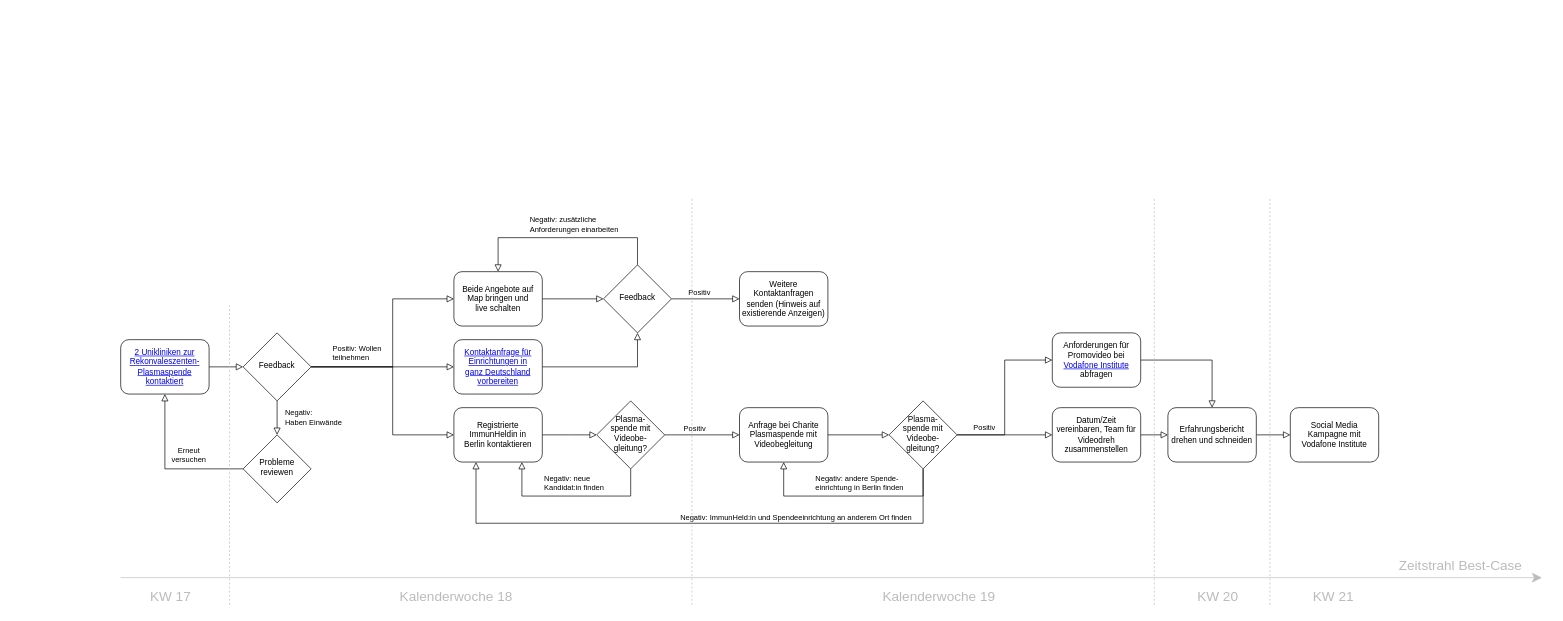
ImmunHelden/ImmunHelden.de keeps this draw.io diagram as material/flow-chart-strategy.drawio. Above is the earlier version. Source tidied: cells renumbered, new cells numbered last; positions are measured from the earlier drawing's top-left corner, leaving out a move shared by most shapes. Both pictures are drawn from the tidied source at 68%, with x=0, y=0 at pixel (12, 197).
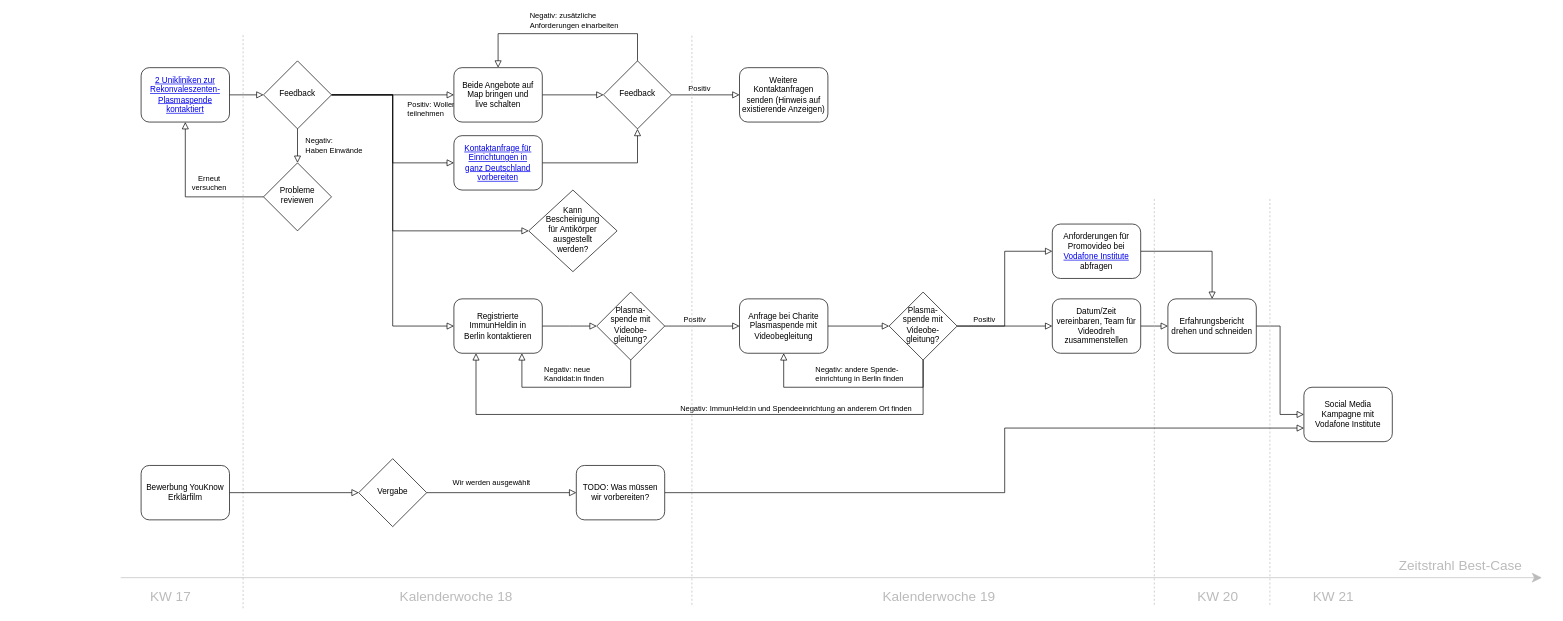
The same diagram, later.

Diff of the diagram source:
```diff
@@
     <mxCell id="3" value="&lt;a href=&quot;https://github.com/weliveindetail/ImmunHelden.de/issues/11&quot;&gt;2 Unikliniken zur Rekonvaleszenten-Plasmaspende kontaktiert&lt;/a&gt;" style="rounded=1;whiteSpace=wrap;html=1;fontSize=12;glass=0;strokeWidth=1;shadow=0;" parent="1" vertex="1">
-      <mxGeometry x="160" y="210" width="130" height="80" as="geometry" />
+      <mxGeometry x="190" y="-190" width="130" height="80" as="geometry" />
     </mxCell>
@@
     <mxCell id="5" value="&lt;div align=&quot;left&quot;&gt;Positiv: Wollen&lt;br&gt;teilnehmen&lt;/div&gt;" style="edgeStyle=orthogonalEdgeStyle;rounded=0;html=1;jettySize=auto;fontSize=11;endArrow=block;endFill=0;endSize=8;strokeWidth=1;shadow=0;labelBackgroundColor=none;align=left;" parent="1" edge="1" source="8" target="10">
-      <mxGeometry x="-0.71" y="20" relative="1" as="geometry" />
+      <mxGeometry x="-0.21" y="20" relative="1" as="geometry">
+        <Array as="points">
+          <mxPoint x="420" y="-150" />
+          <mxPoint x="560" y="-150" />
+          <mxPoint x="560" y="-50" />
+        </Array>
+      </mxGeometry>
     </mxCell>
     <mxCell id="6" style="edgeStyle=orthogonalEdgeStyle;rounded=0;jettySize=auto;html=1;endArrow=block;endFill=0;strokeWidth=1;entryX=0;entryY=0.5;entryDx=0;entryDy=0;endSize=8;" parent="1" edge="1" source="8" target="15">
       <mxGeometry relative="1" as="geometry">
         <Array as="points">
-          <mxPoint x="560" y="250" />
-          <mxPoint x="560" y="150" />
+          <mxPoint x="420" y="-150" />
         </Array>
       </mxGeometry>
     </mxCell>
     <mxCell id="7" style="edgeStyle=orthogonalEdgeStyle;rounded=0;jettySize=auto;html=1;entryX=0;entryY=0.5;entryDx=0;entryDy=0;endArrow=block;endFill=0;endSize=8;strokeWidth=1;" parent="1" edge="1" source="8" target="24">
       <mxGeometry relative="1" as="geometry">
         <Array as="points">
-          <mxPoint x="560" y="250" />
-          <mxPoint x="560" y="350" />
+          <mxPoint x="420" y="-150" />
+          <mxPoint x="560" y="-150" />
+          <mxPoint x="560" y="190" />
         </Array>
       </mxGeometry>
     </mxCell>
+    <mxCell id="55" style="edgeStyle=orthogonalEdgeStyle;rounded=0;jettySize=auto;html=1;entryX=0;entryY=0.5;entryDx=0;entryDy=0;endArrow=block;endFill=0;endSize=8;" parent="1" edge="1" source="8" target="62">
+      <mxGeometry relative="1" as="geometry">
+        <Array as="points">
+          <mxPoint x="560" y="-150" />
+          <mxPoint x="560" y="50" />
+        </Array>
+      </mxGeometry>
+    </mxCell>
     <mxCell id="8" value="Feedback" style="rhombus;whiteSpace=wrap;html=1;shadow=0;fontFamily=Helvetica;fontSize=12;align=center;strokeWidth=1;spacing=6;spacingTop=-4;" parent="1" vertex="1">
-      <mxGeometry x="340" y="200" width="100" height="100" as="geometry" />
+      <mxGeometry x="370" y="-200" width="100" height="100" as="geometry" />
     </mxCell>
@@
     <mxCell id="10" value="&lt;a href=&quot;https://www.blutspenden.de/blutspendedienste/&quot;&gt;Kontaktanfrage für Einrichtungen in&lt;br&gt;ganz Deutschland vorbereiten&lt;/a&gt;" style="rounded=1;whiteSpace=wrap;html=1;fontSize=12;glass=0;strokeWidth=1;shadow=0;" parent="1" vertex="1">
-      <mxGeometry x="650" y="210" width="130" height="80" as="geometry" />
+      <mxGeometry x="650" y="-90" width="130" height="80" as="geometry" />
     </mxCell>
@@
     <mxCell id="12" value="Probleme&lt;br&gt;reviewen" style="rhombus;whiteSpace=wrap;html=1;shadow=0;fontFamily=Helvetica;fontSize=12;align=center;strokeWidth=1;spacing=6;spacingTop=-4;" parent="1" vertex="1">
-      <mxGeometry x="340" y="350" width="100" height="100" as="geometry" />
+      <mxGeometry x="370" y="-50" width="100" height="100" as="geometry" />
     </mxCell>
     <mxCell id="13" value="Weitere Kontaktanfragen senden (Hinweis auf existierende Anzeigen)" style="rounded=1;whiteSpace=wrap;html=1;fontSize=12;glass=0;strokeWidth=1;shadow=0;" parent="1" vertex="1">
-      <mxGeometry x="1070" y="110" width="130" height="80" as="geometry" />
+      <mxGeometry x="1070" y="-190" width="130" height="80" as="geometry" />
     </mxCell>
@@
     <mxCell id="15" value="Beide Angebote auf Map bringen und&lt;br&gt;live schalten" style="rounded=1;whiteSpace=wrap;html=1;fontSize=12;glass=0;strokeWidth=1;shadow=0;" parent="1" vertex="1">
-      <mxGeometry x="650" y="110" width="130" height="80" as="geometry" />
+      <mxGeometry x="650" y="-190" width="130" height="80" as="geometry" />
     </mxCell>
     <mxCell id="16" style="edgeStyle=orthogonalEdgeStyle;rounded=0;jettySize=auto;html=1;endArrow=block;endFill=0;endSize=8;strokeWidth=1;entryX=0.5;entryY=0;entryDx=0;entryDy=0;" parent="1" edge="1" source="20" target="15">
       <mxGeometry relative="1" as="geometry">
         <Array as="points">
-          <mxPoint x="920" y="60" />
-          <mxPoint x="715" y="60" />
+          <mxPoint x="920" y="-240" />
+          <mxPoint x="715" y="-240" />
         </Array>
       </mxGeometry>
     </mxCell>
@@
     <mxCell id="20" value="Feedback" style="rhombus;whiteSpace=wrap;html=1;shadow=0;fontFamily=Helvetica;fontSize=12;align=center;strokeWidth=1;spacing=6;spacingTop=-4;" parent="1" vertex="1">
-      <mxGeometry x="870" y="100" width="100" height="100" as="geometry" />
+      <mxGeometry x="870" y="-200" width="100" height="100" as="geometry" />
     </mxCell>
@@
     <mxCell id="22" value="Anfrage bei Charite&lt;br&gt;Plasmaspende mit Videobegleitung" style="rounded=1;whiteSpace=wrap;html=1;fontSize=12;glass=0;strokeWidth=1;shadow=0;" parent="1" vertex="1">
-      <mxGeometry x="1070" y="310" width="130" height="80" as="geometry" />
+      <mxGeometry x="1070" y="150" width="130" height="80" as="geometry" />
     </mxCell>
     <mxCell id="23" style="edgeStyle=orthogonalEdgeStyle;rounded=0;jettySize=auto;html=1;endArrow=block;endFill=0;endSize=8;strokeWidth=1;" parent="1" edge="1" source="24">
       <mxGeometry relative="1" as="geometry">
-        <mxPoint x="860" y="350" as="targetPoint" />
+        <mxPoint x="860" y="190" as="targetPoint" />
       </mxGeometry>
     </mxCell>
     <mxCell id="24" value="Registrierte ImmunHeldin in&lt;br&gt;Berlin kontaktieren" style="rounded=1;whiteSpace=wrap;html=1;fontSize=12;glass=0;strokeWidth=1;shadow=0;" parent="1" vertex="1">
-      <mxGeometry x="650" y="310" width="130" height="80" as="geometry" />
+      <mxGeometry x="650" y="150" width="130" height="80" as="geometry" />
     </mxCell>
     <mxCell id="25" style="edgeStyle=orthogonalEdgeStyle;rounded=0;jettySize=auto;html=1;endArrow=block;endFill=0;endSize=8;strokeWidth=1;" parent="1" edge="1" source="29">
       <mxGeometry relative="1" as="geometry">
-        <mxPoint x="750" y="390" as="targetPoint" />
+        <mxPoint x="750" y="230" as="targetPoint" />
         <Array as="points">
-          <mxPoint x="910" y="440" />
-          <mxPoint x="750" y="440" />
-          <mxPoint x="750" y="390" />
+          <mxPoint x="910" y="280" />
+          <mxPoint x="750" y="280" />
+          <mxPoint x="750" y="230" />
         </Array>
       </mxGeometry>
     </mxCell>
@@
     <mxCell id="29" value="Plasma-&lt;br&gt;spende mit Videobe-gleitung?" style="rhombus;whiteSpace=wrap;html=1;shadow=0;fontFamily=Helvetica;fontSize=12;align=center;strokeWidth=1;spacing=6;spacingTop=-4;" parent="1" vertex="1">
-      <mxGeometry x="860" y="300" width="100" height="100" as="geometry" />
+      <mxGeometry x="860" y="140" width="100" height="100" as="geometry" />
     </mxCell>
     <mxCell id="30" style="edgeStyle=orthogonalEdgeStyle;rounded=0;jettySize=auto;html=1;entryX=0.5;entryY=1;entryDx=0;entryDy=0;endArrow=block;endFill=0;endSize=8;strokeWidth=1;" parent="1" edge="1" source="36" target="22">
       <mxGeometry relative="1" as="geometry">
         <Array as="points">
-          <mxPoint x="1340" y="440" />
-          <mxPoint x="1135" y="440" />
+          <mxPoint x="1340" y="280" />
+          <mxPoint x="1135" y="280" />
         </Array>
       </mxGeometry>
     </mxCell>
@@
     <mxCell id="32" style="edgeStyle=orthogonalEdgeStyle;rounded=0;jettySize=auto;html=1;entryX=0.25;entryY=1;entryDx=0;entryDy=0;endArrow=block;endFill=0;endSize=8;strokeWidth=1;" parent="1" edge="1" source="36" target="24">
       <mxGeometry relative="1" as="geometry">
         <Array as="points">
-          <mxPoint x="1340" y="480" />
-          <mxPoint x="683" y="480" />
+          <mxPoint x="1340" y="320" />
+          <mxPoint x="683" y="320" />
         </Array>
       </mxGeometry>
     </mxCell>
@@
     <mxCell id="36" value="Plasma-&lt;br&gt;spende mit Videobe-gleitung?" style="rhombus;whiteSpace=wrap;html=1;shadow=0;fontFamily=Helvetica;fontSize=12;align=center;strokeWidth=1;spacing=6;spacingTop=-4;" parent="1" vertex="1">
-      <mxGeometry x="1290" y="300" width="100" height="100" as="geometry" />
+      <mxGeometry x="1290" y="140" width="100" height="100" as="geometry" />
     </mxCell>
@@
     <mxCell id="38" value="Datum/Zeit vereinbaren, Team für Videodreh zusammenstellen" style="rounded=1;whiteSpace=wrap;html=1;fontSize=12;glass=0;strokeWidth=1;shadow=0;" parent="1" vertex="1">
-      <mxGeometry x="1530" y="310" width="130" height="80" as="geometry" />
+      <mxGeometry x="1530" y="150" width="130" height="80" as="geometry" />
     </mxCell>
@@
     <mxCell id="40" value="Erfahrungsbericht drehen und schneiden" style="rounded=1;whiteSpace=wrap;html=1;fontSize=12;glass=0;strokeWidth=1;shadow=0;" parent="1" vertex="1">
-      <mxGeometry x="1700" y="310" width="130" height="80" as="geometry" />
+      <mxGeometry x="1700" y="150" width="130" height="80" as="geometry" />
     </mxCell>
@@
     <mxCell id="42" value="&lt;div&gt;Anforderungen für Promovideo bei &lt;a href=&quot;https://twitter.com/vf_institute&quot;&gt;Vodafone Institute&lt;/a&gt;&lt;/div&gt;&lt;div&gt;abfragen&lt;br&gt;&lt;/div&gt;" style="rounded=1;whiteSpace=wrap;html=1;fontSize=12;glass=0;strokeWidth=1;shadow=0;" parent="1" vertex="1">
-      <mxGeometry x="1530" y="200" width="130" height="80" as="geometry" />
+      <mxGeometry x="1530" y="40" width="130" height="80" as="geometry" />
     </mxCell>
     <mxCell id="43" value="Social Media Kampagne mit Vodafone Institute" style="rounded=1;whiteSpace=wrap;html=1;fontSize=12;glass=0;strokeWidth=1;shadow=0;" parent="1" vertex="1">
-      <mxGeometry x="1880" y="310" width="130" height="80" as="geometry" />
+      <mxGeometry x="1900" y="280" width="130" height="80" as="geometry" />
     </mxCell>
@@
     <mxCell id="46" style="endArrow=none;html=1;strokeColor=#BBB;strokeWidth=1;fontColor=#BBB;dashed=1;" parent="1" edge="1">
       <mxGeometry relative="1" as="geometry">
-        <mxPoint x="320" y="600" as="sourcePoint" />
-        <mxPoint x="320" y="160" as="targetPoint" />
+        <mxPoint x="340" y="605" as="sourcePoint" />
+        <mxPoint x="340" y="-240" as="targetPoint" />
       </mxGeometry>
     </mxCell>
     <mxCell id="47" style="endArrow=none;html=1;strokeColor=#BBB;strokeWidth=1;fontColor=#BBB;dashed=1;" parent="1" edge="1">
       <mxGeometry relative="1" as="geometry">
         <mxPoint x="1000" y="600" as="sourcePoint" />
-        <mxPoint x="1000" as="targetPoint" />
+        <mxPoint x="1000" y="-240" as="targetPoint" />
       </mxGeometry>
     </mxCell>
@@
+    <mxCell id="56" style="edgeStyle=orthogonalEdgeStyle;rounded=0;jettySize=auto;html=1;endArrow=block;endFill=0;endSize=8;" parent="1" edge="1" source="57" target="59">
+      <mxGeometry relative="1" as="geometry" />
+    </mxCell>
+    <mxCell id="57" value="Bewerbung YouKnow Erklärfilm" style="rounded=1;whiteSpace=wrap;html=1;fontSize=12;glass=0;strokeWidth=1;shadow=0;" parent="1" vertex="1">
+      <mxGeometry x="190" y="395" width="130" height="80" as="geometry" />
+    </mxCell>
+    <mxCell id="58" value="&lt;div&gt;Wir werden ausgewählt&lt;/div&gt;" style="edgeStyle=orthogonalEdgeStyle;rounded=0;jettySize=auto;html=1;entryX=0;entryY=0.5;entryDx=0;entryDy=0;endArrow=block;endFill=0;endSize=8;" parent="1" edge="1" source="59" target="61">
+      <mxGeometry x="-0.14" y="15" relative="1" as="geometry" />
+    </mxCell>
+    <mxCell id="59" value="Vergabe" style="rhombus;whiteSpace=wrap;html=1;shadow=0;fontFamily=Helvetica;fontSize=12;align=center;strokeWidth=1;spacing=6;spacingTop=-4;" parent="1" vertex="1">
+      <mxGeometry x="510" y="385" width="100" height="100" as="geometry" />
+    </mxCell>
+    <mxCell id="60" style="edgeStyle=orthogonalEdgeStyle;rounded=0;jettySize=auto;html=1;entryX=0;entryY=0.75;entryDx=0;entryDy=0;endArrow=block;endFill=0;endSize=8;" parent="1" edge="1" source="61" target="43">
+      <mxGeometry relative="1" as="geometry">
+        <Array as="points">
+          <mxPoint x="1460" y="435" />
+          <mxPoint x="1460" y="340" />
+        </Array>
+      </mxGeometry>
+    </mxCell>
+    <mxCell id="61" value="TODO: Was müssen wir vorbereiten?" style="rounded=1;whiteSpace=wrap;html=1;fontSize=12;glass=0;strokeWidth=1;shadow=0;" parent="1" vertex="1">
+      <mxGeometry x="830" y="395" width="130" height="80" as="geometry" />
+    </mxCell>
+    <mxCell id="62" value="Kann &lt;br&gt;Bescheinigung &lt;br&gt;für Antikörper ausgestellt &lt;br&gt;werden?" style="rhombus;whiteSpace=wrap;html=1;shadow=0;fontFamily=Helvetica;fontSize=12;align=center;strokeWidth=1;spacing=6;spacingTop=-4;" parent="1" vertex="1">
+      <mxGeometry x="760" y="-10" width="130" height="120" as="geometry" />
+    </mxCell>
```
